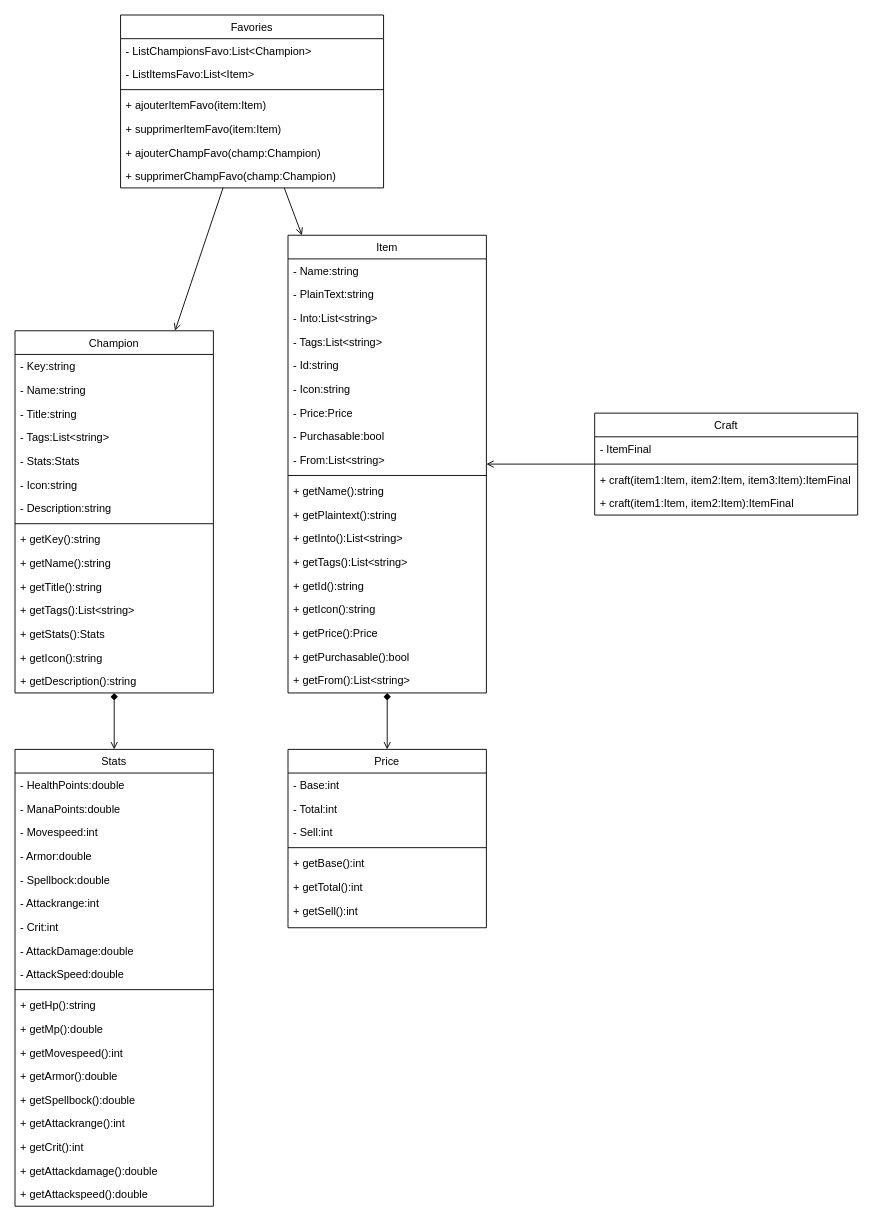
Above: Doc/DiagrammeDeClasse.drawio in waarx11/Projet_Blazor_1_LolExplorer (draw.io), before the change. Source tidied: cells renumbered, new cells numbered last; positions are measured from the earlier drawing's top-left corner, leaving out a move shared by most shapes. Both pictures are drawn from the tidied source at 91%, with x=0, y=0 at pixel (15, 15).
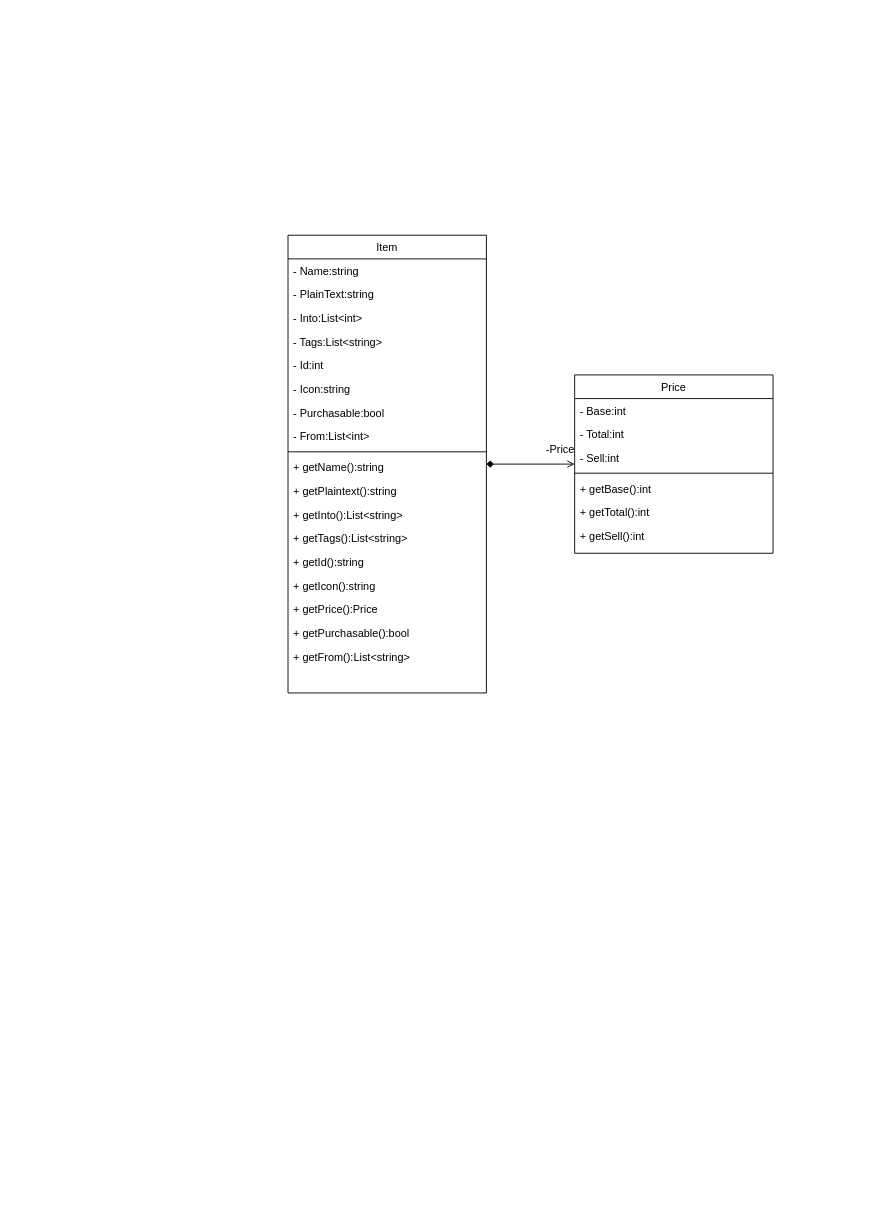
Above is the later version.

The change refers to these unchanged cells:
```xml
<mxCell id="39" value="Item" style="swimlane;fontStyle=0;align=center;verticalAlign=top;horizontal=1;startSize=26;rounded=0;shadow=0;strokeWidth=1;" parent="1" vertex="1">
  <mxGeometry x="300" y="242" width="218" height="503" as="geometry" />
</mxCell>
```

What changed in the source:
```diff
@@
-    <mxCell id="2" value="Champion" style="swimlane;fontStyle=0;align=center;verticalAlign=top;horizontal=1;startSize=26;rounded=0;shadow=0;strokeWidth=1;" parent="1" vertex="1">
-      <mxGeometry y="347" width="218" height="398" as="geometry" />
-    </mxCell>
-    <mxCell id="3" value="- Key:string" style="text;align=left;verticalAlign=top;spacingLeft=4;spacingRight=4;overflow=hidden;" parent="2" vertex="1">
-      <mxGeometry y="26" width="218" height="26" as="geometry" />
-    </mxCell>
-    <mxCell id="4" value="- Name:string" style="text;align=left;verticalAlign=top;spacingLeft=4;spacingRight=4;overflow=hidden;" parent="2" vertex="1">
-      <mxGeometry y="52" width="218" height="26" as="geometry" />
-    </mxCell>
-    <mxCell id="5" value="- Title:string" style="text;align=left;verticalAlign=top;spacingLeft=4;spacingRight=4;overflow=hidden;" parent="2" vertex="1">
-      <mxGeometry y="78" width="218" height="26" as="geometry" />
-    </mxCell>
-    <mxCell id="6" value="- Tags:List&lt;string&gt;" style="text;align=left;verticalAlign=top;spacingLeft=4;spacingRight=4;overflow=hidden;" parent="2" vertex="1">
-      <mxGeometry y="104" width="218" height="26" as="geometry" />
-    </mxCell>
-    <mxCell id="7" value="- Stats:Stats" style="text;align=left;verticalAlign=top;spacingLeft=4;spacingRight=4;overflow=hidden;" parent="2" vertex="1">
-      <mxGeometry y="130" width="218" height="26" as="geometry" />
-    </mxCell>
-    <mxCell id="8" value="- Icon:string" style="text;align=left;verticalAlign=top;spacingLeft=4;spacingRight=4;overflow=hidden;" parent="2" vertex="1">
-      <mxGeometry y="156" width="218" height="26" as="geometry" />
-    </mxCell>
-    <mxCell id="9" value="- Description:string" style="text;align=left;verticalAlign=top;spacingLeft=4;spacingRight=4;overflow=hidden;" parent="2" vertex="1">
-      <mxGeometry y="182" width="218" height="26" as="geometry" />
-    </mxCell>
-    <mxCell id="10" style="line;html=1;strokeWidth=1;align=left;verticalAlign=middle;spacingTop=-1;spacingLeft=3;spacingRight=3;labelPosition=right;" parent="2" vertex="1">
-      <mxGeometry y="208" width="218" height="8" as="geometry" />
-    </mxCell>
-    <mxCell id="11" value="+ getKey():string" style="text;align=left;verticalAlign=top;spacingLeft=4;spacingRight=4;overflow=hidden;" parent="2" vertex="1">
-      <mxGeometry y="216" width="218" height="26" as="geometry" />
-    </mxCell>
-    <mxCell id="12" value="+ getName():string" style="text;align=left;verticalAlign=top;spacingLeft=4;spacingRight=4;overflow=hidden;" parent="2" vertex="1">
-      <mxGeometry y="242" width="218" height="26" as="geometry" />
-    </mxCell>
-    <mxCell id="13" value="+ getTitle():string" style="text;align=left;verticalAlign=top;spacingLeft=4;spacingRight=4;overflow=hidden;" parent="2" vertex="1">
-      <mxGeometry y="268" width="218" height="26" as="geometry" />
-    </mxCell>
-    <mxCell id="14" value="+ getTags():List&lt;string&gt;" style="text;align=left;verticalAlign=top;spacingLeft=4;spacingRight=4;overflow=hidden;" parent="2" vertex="1">
-      <mxGeometry y="294" width="218" height="26" as="geometry" />
-    </mxCell>
-    <mxCell id="15" value="+ getStats():Stats" style="text;align=left;verticalAlign=top;spacingLeft=4;spacingRight=4;overflow=hidden;" parent="2" vertex="1">
-      <mxGeometry y="320" width="218" height="26" as="geometry" />
-    </mxCell>
-    <mxCell id="16" value="+ getIcon():string" style="text;align=left;verticalAlign=top;spacingLeft=4;spacingRight=4;overflow=hidden;" parent="2" vertex="1">
-      <mxGeometry y="346" width="218" height="26" as="geometry" />
-    </mxCell>
-    <mxCell id="17" value="+ getDescription():string" style="text;align=left;verticalAlign=top;spacingLeft=4;spacingRight=4;overflow=hidden;" parent="2" vertex="1">
-      <mxGeometry y="372" width="218" height="26" as="geometry" />
-    </mxCell>
-    <mxCell id="18" value="Stats" style="swimlane;fontStyle=0;align=center;verticalAlign=top;horizontal=1;startSize=26;rounded=0;shadow=0;strokeWidth=1;" parent="1" vertex="1">
-      <mxGeometry y="807" width="218" height="502" as="geometry" />
-    </mxCell>
-    <mxCell id="19" value="- HealthPoints:double" style="text;align=left;verticalAlign=top;spacingLeft=4;spacingRight=4;overflow=hidden;" parent="18" vertex="1">
-      <mxGeometry y="26" width="218" height="26" as="geometry" />
-    </mxCell>
-    <mxCell id="20" value="- ManaPoints:double" style="text;align=left;verticalAlign=top;spacingLeft=4;spacingRight=4;overflow=hidden;" parent="18" vertex="1">
-      <mxGeometry y="52" width="218" height="26" as="geometry" />
-    </mxCell>
-    <mxCell id="21" value="- Movespeed:int" style="text;align=left;verticalAlign=top;spacingLeft=4;spacingRight=4;overflow=hidden;" parent="18" vertex="1">
-      <mxGeometry y="78" width="218" height="26" as="geometry" />
-    </mxCell>
-    <mxCell id="22" value="- Armor:double" style="text;align=left;verticalAlign=top;spacingLeft=4;spacingRight=4;overflow=hidden;" parent="18" vertex="1">
-      <mxGeometry y="104" width="218" height="26" as="geometry" />
-    </mxCell>
-    <mxCell id="23" value="- Spellbock:double" style="text;align=left;verticalAlign=top;spacingLeft=4;spacingRight=4;overflow=hidden;" parent="18" vertex="1">
-      <mxGeometry y="130" width="218" height="26" as="geometry" />
-    </mxCell>
-    <mxCell id="24" value="- Attackrange:int" style="text;align=left;verticalAlign=top;spacingLeft=4;spacingRight=4;overflow=hidden;" parent="18" vertex="1">
-      <mxGeometry y="156" width="218" height="26" as="geometry" />
-    </mxCell>
-    <mxCell id="25" value="- Crit:int" style="text;align=left;verticalAlign=top;spacingLeft=4;spacingRight=4;overflow=hidden;" parent="18" vertex="1">
-      <mxGeometry y="182" width="218" height="26" as="geometry" />
-    </mxCell>
-    <mxCell id="26" value="- AttackDamage:double" style="text;align=left;verticalAlign=top;spacingLeft=4;spacingRight=4;overflow=hidden;" parent="18" vertex="1">
-      <mxGeometry y="208" width="218" height="26" as="geometry" />
-    </mxCell>
-    <mxCell id="27" value="- AttackSpeed:double" style="text;align=left;verticalAlign=top;spacingLeft=4;spacingRight=4;overflow=hidden;" parent="18" vertex="1">
-      <mxGeometry y="234" width="218" height="26" as="geometry" />
-    </mxCell>
-    <mxCell id="28" style="line;html=1;strokeWidth=1;align=left;verticalAlign=middle;spacingTop=-1;spacingLeft=3;spacingRight=3;labelPosition=right;" parent="18" vertex="1">
-      <mxGeometry y="260" width="218" height="8" as="geometry" />
-    </mxCell>
-    <mxCell id="29" value="+ getHp():string" style="text;align=left;verticalAlign=top;spacingLeft=4;spacingRight=4;overflow=hidden;" parent="18" vertex="1">
-      <mxGeometry y="268" width="218" height="26" as="geometry" />
-    </mxCell>
-    <mxCell id="30" value="+ getMp():double" style="text;align=left;verticalAlign=top;spacingLeft=4;spacingRight=4;overflow=hidden;" parent="18" vertex="1">
-      <mxGeometry y="294" width="218" height="26" as="geometry" />
-    </mxCell>
-    <mxCell id="31" value="+ getMovespeed():int" style="text;align=left;verticalAlign=top;spacingLeft=4;spacingRight=4;overflow=hidden;" parent="18" vertex="1">
-      <mxGeometry y="320" width="218" height="26" as="geometry" />
-    </mxCell>
-    <mxCell id="32" value="+ getArmor():double" style="text;align=left;verticalAlign=top;spacingLeft=4;spacingRight=4;overflow=hidden;" parent="18" vertex="1">
-      <mxGeometry y="346" width="218" height="26" as="geometry" />
-    </mxCell>
-    <mxCell id="33" value="+ getSpellbock():double" style="text;align=left;verticalAlign=top;spacingLeft=4;spacingRight=4;overflow=hidden;" parent="18" vertex="1">
-      <mxGeometry y="372" width="218" height="26" as="geometry" />
-    </mxCell>
-    <mxCell id="34" value="+ getAttackrange():int" style="text;align=left;verticalAlign=top;spacingLeft=4;spacingRight=4;overflow=hidden;" parent="18" vertex="1">
-      <mxGeometry y="398" width="218" height="26" as="geometry" />
-    </mxCell>
-    <mxCell id="35" value="+ getCrit():int" style="text;align=left;verticalAlign=top;spacingLeft=4;spacingRight=4;overflow=hidden;" parent="18" vertex="1">
-      <mxGeometry y="424" width="218" height="26" as="geometry" />
-    </mxCell>
-    <mxCell id="36" value="+ getAttackdamage():double" style="text;align=left;verticalAlign=top;spacingLeft=4;spacingRight=4;overflow=hidden;" parent="18" vertex="1">
-      <mxGeometry y="450" width="218" height="26" as="geometry" />
-    </mxCell>
-    <mxCell id="37" value="+ getAttackspeed():double" style="text;align=left;verticalAlign=top;spacingLeft=4;spacingRight=4;overflow=hidden;" parent="18" vertex="1">
-      <mxGeometry y="476" width="218" height="26" as="geometry" />
-    </mxCell>
-    <mxCell id="38" style="endArrow=open;html=1;rounded=0;endFill=0;startArrow=diamond;startFill=1;strokeWidth=1;" parent="1" edge="1" source="2" target="18">
-      <mxGeometry relative="1" as="geometry" />
-    </mxCell>
@@
-    <mxCell id="42" value="- Into:List&lt;string&gt;" style="text;align=left;verticalAlign=top;spacingLeft=4;spacingRight=4;overflow=hidden;" parent="39" vertex="1">
+    <mxCell id="42" value="- Into:List&lt;int&gt;" style="text;align=left;verticalAlign=top;spacingLeft=4;spacingRight=4;overflow=hidden;" parent="39" vertex="1">
       <mxGeometry y="78" width="218" height="26" as="geometry" />
     </mxCell>
@@
-    <mxCell id="44" value="- Id:string" style="text;align=left;verticalAlign=top;spacingLeft=4;spacingRight=4;overflow=hidden;" parent="39" vertex="1">
+    <mxCell id="44" value="- Id:int" style="text;align=left;verticalAlign=top;spacingLeft=4;spacingRight=4;overflow=hidden;" parent="39" vertex="1">
       <mxGeometry y="130" width="218" height="26" as="geometry" />
     </mxCell>
@@
-    <mxCell id="46" value="- Price:Price" style="text;align=left;verticalAlign=top;spacingLeft=4;spacingRight=4;overflow=hidden;" parent="39" vertex="1">
-      <mxGeometry y="182" width="218" height="26" as="geometry" />
-    </mxCell>
     <mxCell id="47" value="- Purchasable:bool" style="text;align=left;verticalAlign=top;spacingLeft=4;spacingRight=4;overflow=hidden;" parent="39" vertex="1">
-      <mxGeometry y="208" width="218" height="26" as="geometry" />
+      <mxGeometry y="182" width="218" height="26" as="geometry" />
     </mxCell>
-    <mxCell id="48" value="- From:List&lt;string&gt;" style="text;align=left;verticalAlign=top;spacingLeft=4;spacingRight=4;overflow=hidden;" parent="39" vertex="1">
-      <mxGeometry y="234" width="218" height="26" as="geometry" />
+    <mxCell id="48" value="- From:List&lt;int&gt;" style="text;align=left;verticalAlign=top;spacingLeft=4;spacingRight=4;overflow=hidden;" parent="39" vertex="1">
+      <mxGeometry y="208" width="218" height="26" as="geometry" />
     </mxCell>
     <mxCell id="49" style="line;html=1;strokeWidth=1;align=left;verticalAlign=middle;spacingTop=-1;spacingLeft=3;spacingRight=3;labelPosition=right;" parent="39" vertex="1">
-      <mxGeometry y="260" width="218" height="8" as="geometry" />
+      <mxGeometry y="234" width="218" height="8" as="geometry" />
     </mxCell>
     <mxCell id="50" value="+ getName():string" style="text;align=left;verticalAlign=top;spacingLeft=4;spacingRight=4;overflow=hidden;" parent="39" vertex="1">
-      <mxGeometry y="268" width="218" height="26" as="geometry" />
+      <mxGeometry y="242" width="218" height="26" as="geometry" />
     </mxCell>
     <mxCell id="51" value="+ getPlaintext():string" style="text;align=left;verticalAlign=top;spacingLeft=4;spacingRight=4;overflow=hidden;" parent="39" vertex="1">
-      <mxGeometry y="294" width="218" height="26" as="geometry" />
+      <mxGeometry y="268" width="218" height="26" as="geometry" />
     </mxCell>
     <mxCell id="52" value="+ getInto():List&lt;string&gt;" style="text;align=left;verticalAlign=top;spacingLeft=4;spacingRight=4;overflow=hidden;" parent="39" vertex="1">
-      <mxGeometry y="320" width="218" height="26" as="geometry" />
+      <mxGeometry y="294" width="218" height="26" as="geometry" />
     </mxCell>
     <mxCell id="53" value="+ getTags():List&lt;string&gt;" style="text;align=left;verticalAlign=top;spacingLeft=4;spacingRight=4;overflow=hidden;" parent="39" vertex="1">
-      <mxGeometry y="346" width="218" height="26" as="geometry" />
+      <mxGeometry y="320" width="218" height="26" as="geometry" />
     </mxCell>
     <mxCell id="54" value="+ getId():string" style="text;align=left;verticalAlign=top;spacingLeft=4;spacingRight=4;overflow=hidden;" parent="39" vertex="1">
-      <mxGeometry y="372" width="218" height="26" as="geometry" />
+      <mxGeometry y="346" width="218" height="26" as="geometry" />
     </mxCell>
     <mxCell id="55" value="+ getIcon():string" style="text;align=left;verticalAlign=top;spacingLeft=4;spacingRight=4;overflow=hidden;" parent="39" vertex="1">
-      <mxGeometry y="398" width="218" height="26" as="geometry" />
+      <mxGeometry y="372" width="218" height="26" as="geometry" />
     </mxCell>
     <mxCell id="56" value="+ getPrice():Price" style="text;align=left;verticalAlign=top;spacingLeft=4;spacingRight=4;overflow=hidden;" parent="39" vertex="1">
-      <mxGeometry y="424" width="218" height="26" as="geometry" />
+      <mxGeometry y="398" width="218" height="26" as="geometry" />
     </mxCell>
     <mxCell id="57" value="+ getPurchasable():bool" style="text;align=left;verticalAlign=top;spacingLeft=4;spacingRight=4;overflow=hidden;" parent="39" vertex="1">
-      <mxGeometry y="450" width="218" height="26" as="geometry" />
+      <mxGeometry y="424" width="218" height="26" as="geometry" />
     </mxCell>
     <mxCell id="58" value="+ getFrom():List&lt;string&gt;" style="text;align=left;verticalAlign=top;spacingLeft=4;spacingRight=4;overflow=hidden;" parent="39" vertex="1">
-      <mxGeometry y="476" width="218" height="26" as="geometry" />
+      <mxGeometry y="450" width="218" height="26" as="geometry" />
     </mxCell>
-    <mxCell id="59" style="endArrow=open;html=1;rounded=0;endFill=0;startArrow=diamond;startFill=1;strokeWidth=1;" parent="1" edge="1" source="39" target="60">
-      <mxGeometry relative="1" as="geometry" />
+    <mxCell id="59" value="&lt;br&gt;&lt;span style=&quot;color: rgb(0, 0, 0); font-family: Helvetica; font-size: 12px; font-style: normal; font-variant-ligatures: normal; font-variant-caps: normal; font-weight: 400; letter-spacing: normal; orphans: 2; text-align: left; text-indent: 0px; text-transform: none; widows: 2; word-spacing: 0px; -webkit-text-stroke-width: 0px; background-color: rgb(255, 255, 255); text-decoration-thickness: initial; text-decoration-style: initial; text-decoration-color: initial; float: none; display: inline !important;&quot;&gt;-Price&lt;/span&gt;&lt;br&gt;" style="endArrow=open;html=1;rounded=0;endFill=0;startArrow=diamond;startFill=1;strokeWidth=1;" parent="1" edge="1" source="39" target="60">
+      <mxGeometry x="0.68" y="23" relative="1" as="geometry" />
     </mxCell>
     <mxCell id="60" value="Price" style="swimlane;fontStyle=0;align=center;verticalAlign=top;horizontal=1;startSize=26;rounded=0;shadow=0;strokeWidth=1;" parent="1" vertex="1">
-      <mxGeometry x="300" y="807" width="218" height="196" as="geometry" />
+      <mxGeometry x="615" y="395.5" width="218" height="196" as="geometry" />
     </mxCell>
@@
-    <mxCell id="68" value="Craft" style="swimlane;fontStyle=0;align=center;verticalAlign=top;horizontal=1;startSize=26;rounded=0;shadow=0;strokeWidth=1;" parent="1" vertex="1">
-      <mxGeometry x="637" y="437.5" width="289" height="112" as="geometry" />
-    </mxCell>
-    <mxCell id="69" value="- ItemFinal" style="text;align=left;verticalAlign=top;spacingLeft=4;spacingRight=4;overflow=hidden;" parent="68" vertex="1">
-      <mxGeometry y="26" width="289" height="26" as="geometry" />
-    </mxCell>
-    <mxCell id="70" style="line;html=1;strokeWidth=1;align=left;verticalAlign=middle;spacingTop=-1;spacingLeft=3;spacingRight=3;labelPosition=right;" parent="68" vertex="1">
-      <mxGeometry y="52" width="289" height="8" as="geometry" />
-    </mxCell>
-    <mxCell id="71" value="+ craft(item1:Item, item2:Item, item3:Item):ItemFinal" style="text;align=left;verticalAlign=top;spacingLeft=4;spacingRight=4;overflow=hidden;" parent="68" vertex="1">
-      <mxGeometry y="60" width="289" height="26" as="geometry" />
-    </mxCell>
-    <mxCell id="72" value="+ craft(item1:Item, item2:Item):ItemFinal" style="text;align=left;verticalAlign=top;spacingLeft=4;spacingRight=4;overflow=hidden;" parent="68" vertex="1">
-      <mxGeometry y="86" width="289" height="26" as="geometry" />
-    </mxCell>
-    <mxCell id="73" style="endArrow=open;html=1;rounded=0;endFill=0;startArrow=none;startFill=0;strokeWidth=1;" parent="1" edge="1" source="68" target="39">
-      <mxGeometry relative="1" as="geometry" />
-    </mxCell>
-    <mxCell id="74" value="Favories" style="swimlane;fontStyle=0;align=center;verticalAlign=top;horizontal=1;startSize=26;rounded=0;shadow=0;strokeWidth=1;" parent="1" vertex="1">
-      <mxGeometry x="116" width="289" height="190" as="geometry" />
-    </mxCell>
-    <mxCell id="75" value="- ListChampionsFavo:List&lt;Champion&gt;" style="text;align=left;verticalAlign=top;spacingLeft=4;spacingRight=4;overflow=hidden;" parent="74" vertex="1">
-      <mxGeometry y="26" width="289" height="26" as="geometry" />
-    </mxCell>
-    <mxCell id="76" value="- ListItemsFavo:List&lt;Item&gt;" style="text;align=left;verticalAlign=top;spacingLeft=4;spacingRight=4;overflow=hidden;" parent="74" vertex="1">
-      <mxGeometry y="52" width="289" height="26" as="geometry" />
-    </mxCell>
-    <mxCell id="77" style="line;html=1;strokeWidth=1;align=left;verticalAlign=middle;spacingTop=-1;spacingLeft=3;spacingRight=3;labelPosition=right;" parent="74" vertex="1">
-      <mxGeometry y="78" width="289" height="8" as="geometry" />
-    </mxCell>
-    <mxCell id="78" value="+ ajouterItemFavo(item:Item)" style="text;align=left;verticalAlign=top;spacingLeft=4;spacingRight=4;overflow=hidden;" parent="74" vertex="1">
-      <mxGeometry y="86" width="289" height="26" as="geometry" />
-    </mxCell>
-    <mxCell id="79" value="+ supprimerItemFavo(item:Item)" style="text;align=left;verticalAlign=top;spacingLeft=4;spacingRight=4;overflow=hidden;" parent="74" vertex="1">
-      <mxGeometry y="112" width="289" height="26" as="geometry" />
-    </mxCell>
-    <mxCell id="80" value="+ ajouterChampFavo(champ:Champion)" style="text;align=left;verticalAlign=top;spacingLeft=4;spacingRight=4;overflow=hidden;" parent="74" vertex="1">
-      <mxGeometry y="138" width="289" height="26" as="geometry" />
-    </mxCell>
-    <mxCell id="81" value="+ supprimerChampFavo(champ:Champion)" style="text;align=left;verticalAlign=top;spacingLeft=4;spacingRight=4;overflow=hidden;" parent="74" vertex="1">
-      <mxGeometry y="164" width="289" height="26" as="geometry" />
-    </mxCell>
-    <mxCell id="82" style="endArrow=open;html=1;rounded=0;endFill=0;startArrow=none;startFill=0;strokeWidth=1;" parent="1" edge="1" source="74" target="39">
-      <mxGeometry relative="1" as="geometry" />
-    </mxCell>
-    <mxCell id="83" style="endArrow=open;html=1;rounded=0;endFill=0;startArrow=none;startFill=0;strokeWidth=1;" parent="1" edge="1" source="74" target="2">
-      <mxGeometry relative="1" as="geometry" />
-    </mxCell>
```
